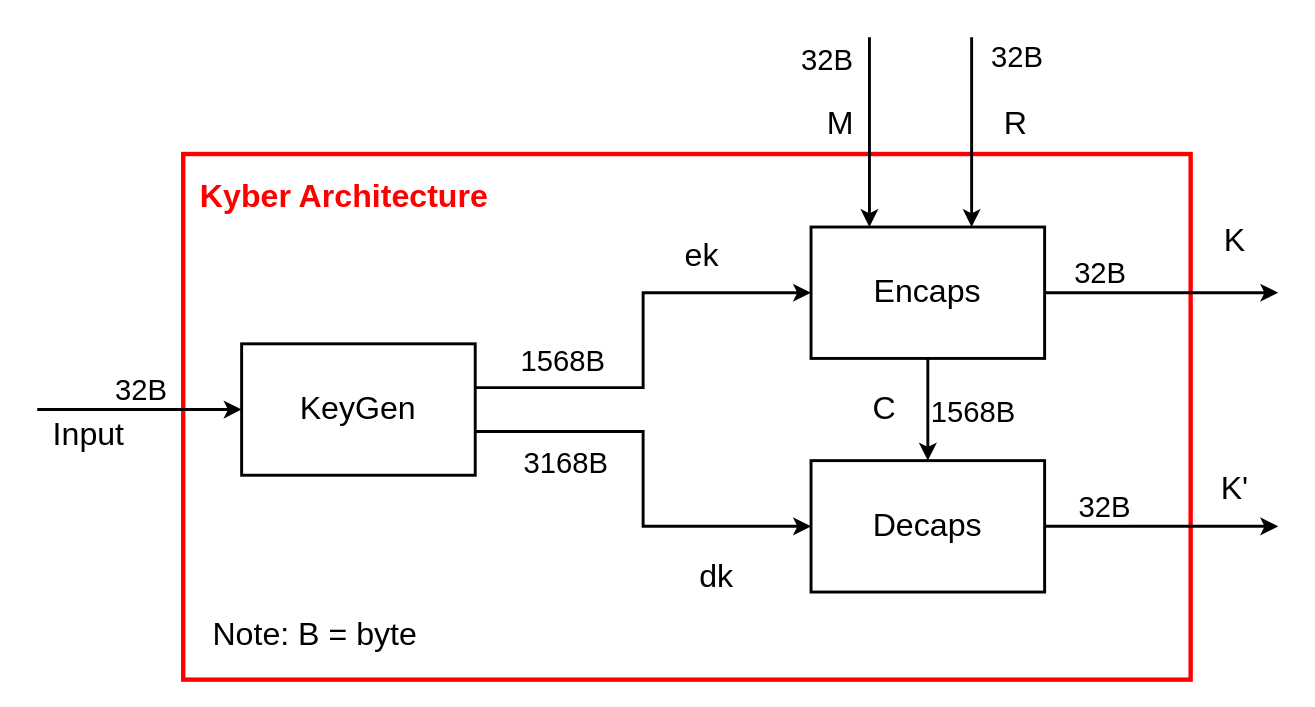
Above: page "Overview" (1 of 4) of docs/design/KyberV.drawio in Winxkin/KyberV (draw.io), before the change. Source tidied: cells renumbered, new cells numbered last; positions are measured from the earlier drawing's top-left corner, leaving out a move shared by most shapes. Both pictures are drawn from the tidied source at 146%, with x=0, y=0 at pixel (36, 36).
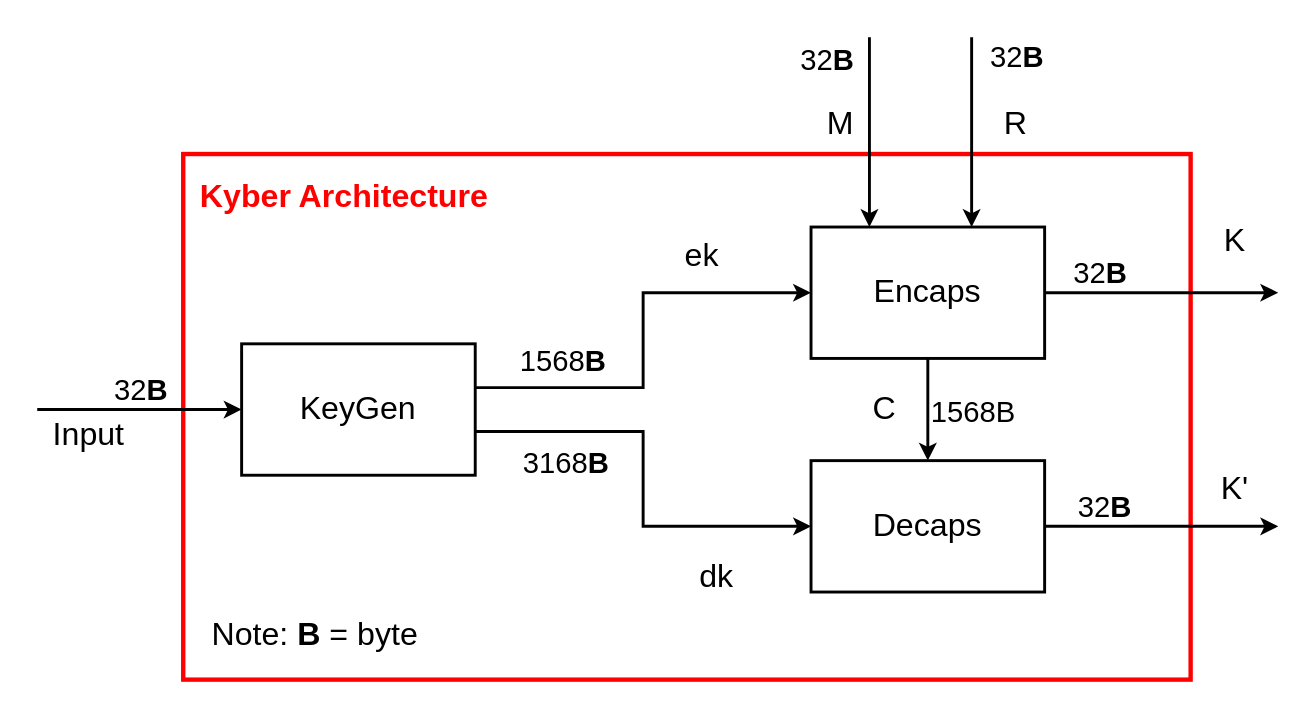
The same page after the edit.

The change refers to these unchanged cells:
```xml
<mxCell id="3" style="edgeStyle=orthogonalEdgeStyle;rounded=0;jettySize=auto;html=1;startArrow=classic;startFill=1;endArrow=none;endFill=0;strokeWidth=2;" parent="1" edge="1" source="9">
  <mxGeometry relative="1" as="geometry">
    <mxPoint y="255" as="targetPoint" />
  </mxGeometry>
</mxCell>
<mxCell id="5" style="edgeStyle=orthogonalEdgeStyle;rounded=0;jettySize=auto;html=1;entryX=0;entryY=0.5;entryDx=0;entryDy=0;strokeWidth=2;" parent="1" edge="1" source="9" target="18">
  <mxGeometry relative="1" as="geometry">
    <Array as="points">
      <mxPoint x="415" y="240" />
      <mxPoint x="415" y="175" />
    </Array>
  </mxGeometry>
</mxCell>
<mxCell id="7" style="edgeStyle=orthogonalEdgeStyle;rounded=0;jettySize=auto;html=1;entryX=0;entryY=0.5;entryDx=0;entryDy=0;strokeWidth=2;" parent="1" edge="1" source="9" target="21">
  <mxGeometry relative="1" as="geometry">
    <Array as="points">
      <mxPoint x="415" y="270" />
      <mxPoint x="415" y="335" />
    </Array>
  </mxGeometry>
</mxCell>
<mxCell id="10" style="edgeStyle=orthogonalEdgeStyle;rounded=0;jettySize=auto;html=1;strokeWidth=2;" parent="1" edge="1" source="18">
  <mxGeometry relative="1" as="geometry">
    <mxPoint x="850" y="175" as="targetPoint" />
  </mxGeometry>
</mxCell>
<mxCell id="14" style="edgeStyle=orthogonalEdgeStyle;rounded=0;jettySize=auto;html=1;startArrow=classic;startFill=1;endArrow=none;endFill=0;strokeWidth=2;" parent="1" edge="1" source="18">
  <mxGeometry relative="1" as="geometry">
    <mxPoint x="570" as="targetPoint" />
    <Array as="points">
      <mxPoint x="570" y="30" />
    </Array>
  </mxGeometry>
</mxCell>
<mxCell id="16" style="edgeStyle=orthogonalEdgeStyle;rounded=0;jettySize=auto;html=1;startArrow=classic;startFill=1;endArrow=none;endFill=0;strokeWidth=2;" parent="1" edge="1" source="18">
  <mxGeometry relative="1" as="geometry">
    <mxPoint x="640" as="targetPoint" />
    <Array as="points">
      <mxPoint x="640" />
    </Array>
  </mxGeometry>
</mxCell>
<mxCell id="19" style="edgeStyle=orthogonalEdgeStyle;rounded=0;jettySize=auto;html=1;strokeWidth=2;" parent="1" edge="1" source="21">
  <mxGeometry relative="1" as="geometry">
    <mxPoint x="850" y="335" as="targetPoint" />
  </mxGeometry>
</mxCell>
```

Diff of the diagram source:
```diff
@@
-    <mxCell id="4" value="&lt;font style=&quot;font-size: 20px;&quot;&gt;32B&lt;/font&gt;" style="edgeLabel;html=1;align=center;verticalAlign=middle;" parent="3" vertex="1">
+    <mxCell id="4" value="&lt;font style=&quot;font-size: 20px;&quot;&gt;32&lt;b&gt;B&lt;/b&gt;&lt;/font&gt;" style="edgeLabel;html=1;align=center;verticalAlign=middle;" parent="3" vertex="1">
       <mxGeometry x="0.28" y="2" relative="1" as="geometry">
         <mxPoint x="20" y="-17" as="offset" />
       </mxGeometry>
     </mxCell>
@@
-    <mxCell id="6" value="&lt;font style=&quot;font-size: 20px;&quot;&gt;1568B&lt;/font&gt;" style="edgeLabel;html=1;align=center;verticalAlign=middle;" parent="5" vertex="1">
+    <mxCell id="6" value="&lt;font style=&quot;font-size: 20px;&quot;&gt;1568&lt;b&gt;B&lt;/b&gt;&lt;/font&gt;" style="edgeLabel;html=1;align=center;verticalAlign=middle;" parent="5" vertex="1">
       <mxGeometry x="-0.6" y="4" relative="1" as="geometry">
         <mxPoint y="-16" as="offset" />
       </mxGeometry>
     </mxCell>
@@
-    <mxCell id="8" value="&lt;font style=&quot;font-size: 20px;&quot;&gt;3168B&lt;/font&gt;" style="edgeLabel;html=1;align=center;verticalAlign=middle;" parent="7" vertex="1">
+    <mxCell id="8" value="&lt;font style=&quot;font-size: 20px;&quot;&gt;3168&lt;b&gt;B&lt;/b&gt;&lt;/font&gt;" style="edgeLabel;html=1;align=center;verticalAlign=middle;" parent="7" vertex="1">
       <mxGeometry x="-0.65" relative="1" as="geometry">
         <mxPoint x="9" y="20" as="offset" />
       </mxGeometry>
     </mxCell>
@@
-    <mxCell id="11" value="&lt;font style=&quot;font-size: 20px;&quot;&gt;32B&lt;/font&gt;" style="edgeLabel;html=1;align=center;verticalAlign=middle;" parent="10" vertex="1">
+    <mxCell id="11" value="&lt;font style=&quot;font-size: 20px;&quot;&gt;32&lt;b&gt;B&lt;/b&gt;&lt;/font&gt;" style="edgeLabel;html=1;align=center;verticalAlign=middle;" parent="10" vertex="1">
       <mxGeometry x="-0.54" y="1" relative="1" as="geometry">
         <mxPoint y="-14" as="offset" />
       </mxGeometry>
     </mxCell>
@@
-    <mxCell id="15" value="&lt;font style=&quot;font-size: 20px;&quot;&gt;32B&lt;/font&gt;" style="edgeLabel;html=1;align=center;verticalAlign=middle;" parent="14" vertex="1">
+    <mxCell id="15" value="&lt;font style=&quot;font-size: 20px;&quot;&gt;32&lt;b&gt;B&lt;/b&gt;&lt;/font&gt;" style="edgeLabel;html=1;align=center;verticalAlign=middle;" parent="14" vertex="1">
       <mxGeometry x="0.79" relative="1" as="geometry">
         <mxPoint x="-30" as="offset" />
       </mxGeometry>
     </mxCell>
@@
-    <mxCell id="17" value="&lt;font style=&quot;font-size: 20px;&quot;&gt;32B&lt;/font&gt;" style="edgeLabel;html=1;align=center;verticalAlign=middle;" parent="16" vertex="1">
+    <mxCell id="17" value="&lt;font style=&quot;font-size: 20px;&quot;&gt;32&lt;b&gt;B&lt;/b&gt;&lt;/font&gt;" style="edgeLabel;html=1;align=center;verticalAlign=middle;" parent="16" vertex="1">
       <mxGeometry x="0.82" y="2" relative="1" as="geometry">
         <mxPoint x="32" as="offset" />
       </mxGeometry>
     </mxCell>
@@
-    <mxCell id="20" value="&lt;font style=&quot;font-size: 20px;&quot;&gt;32B&lt;/font&gt;" style="edgeLabel;html=1;align=center;verticalAlign=middle;" parent="19" vertex="1">
+    <mxCell id="20" value="&lt;font style=&quot;font-size: 20px;&quot;&gt;32&lt;b&gt;B&lt;/b&gt;&lt;/font&gt;" style="edgeLabel;html=1;align=center;verticalAlign=middle;" parent="19" vertex="1">
       <mxGeometry x="-0.46" relative="1" as="geometry">
         <mxPoint x="-3" y="-15" as="offset" />
       </mxGeometry>
     </mxCell>
@@
-    <mxCell id="28" value="&lt;font style=&quot;font-size: 22px;&quot;&gt;Note: B = byte&lt;/font&gt;" style="text;html=1;align=center;verticalAlign=middle;strokeColor=none;fillColor=none;" parent="1" vertex="1">
+    <mxCell id="28" value="&lt;font style=&quot;font-size: 22px;&quot;&gt;Note: &lt;b&gt;B&lt;/b&gt; = byte&lt;/font&gt;" style="text;html=1;align=center;verticalAlign=middle;strokeColor=none;fillColor=none;" parent="1" vertex="1">
       <mxGeometry x="110" y="390" width="160" height="40" as="geometry" />
     </mxCell>
```
